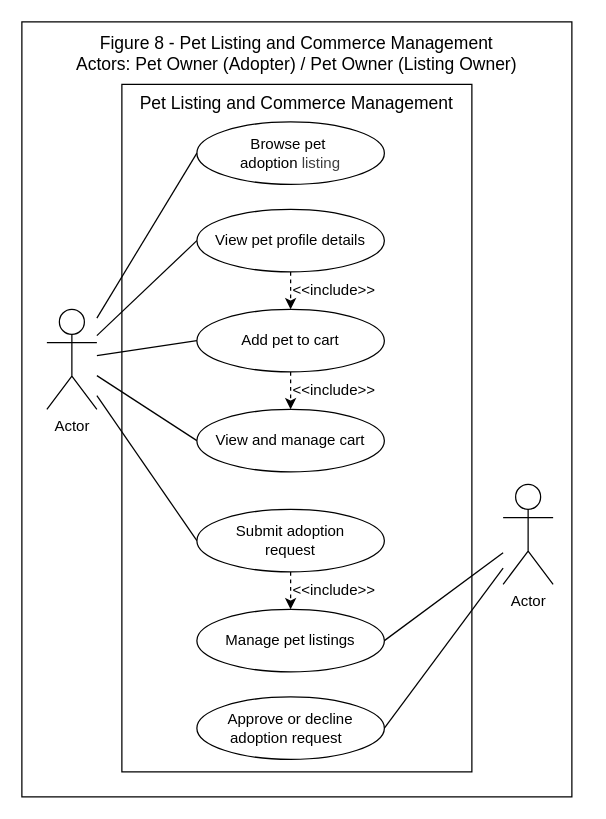
The draw.io diagram page "Fig-8" (8 of 10) of USE-CASE_Diagram_Franco.drawio in Chels013/Breedr-Diagrams, before the edit. Source tidied: cells renumbered, new cells numbered last; positions are measured from the earlier drawing's top-left corner, leaving out a move shared by most shapes. Both pictures are drawn from the tidied source at 125%, with x=0, y=0 at pixel (21, 21).
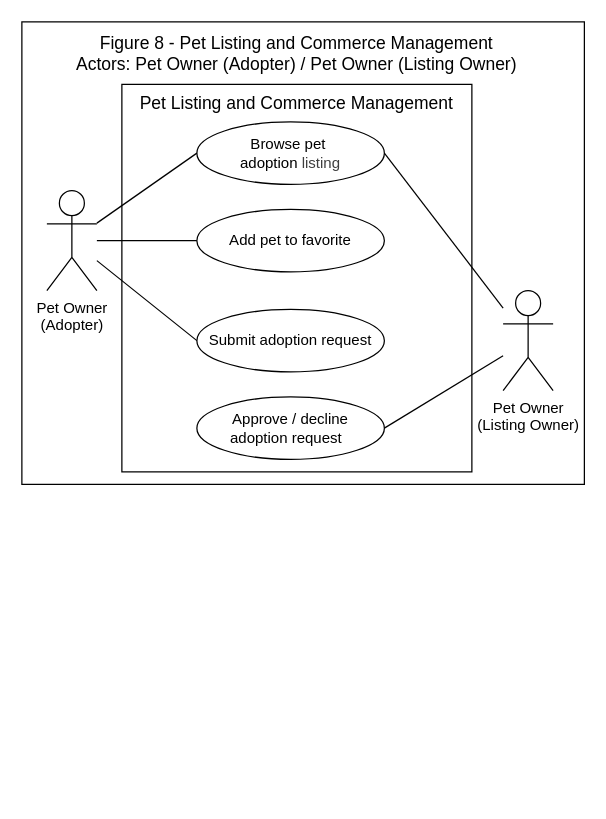
The same page after the edit.

Commit message:
i revised the figure 8, Pet Listing and Commerce Management

The change refers to these unchanged cells:
```xml
<mxCell id="8" value="Browse pet&amp;nbsp;&lt;div&gt;adoption&amp;nbsp;&lt;span style=&quot;color: rgb(63, 63, 63); background-color: transparent;&quot;&gt;listing&lt;/span&gt;&lt;/div&gt;" style="ellipse;whiteSpace=wrap;html=1;" parent="1" vertex="1">
  <mxGeometry x="140" y="80" width="150" height="50" as="geometry" />
</mxCell>
```

Diff of the diagram source:
```diff
@@
     <mxCell id="2" style="rounded=0;whiteSpace=wrap;html=1;" parent="1" vertex="1">
-      <mxGeometry width="440" height="620" as="geometry" />
+      <mxGeometry width="450" height="370" as="geometry" />
     </mxCell>
     <mxCell id="3" style="rounded=0;whiteSpace=wrap;html=1;" parent="1" vertex="1">
-      <mxGeometry x="80" y="50" width="280" height="550" as="geometry" />
+      <mxGeometry x="80" y="50" width="280" height="310" as="geometry" />
     </mxCell>
-    <mxCell id="4" value="Actor" style="shape=umlActor;verticalLabelPosition=bottom;verticalAlign=top;html=1;outlineConnect=0;" parent="1" vertex="1">
-      <mxGeometry x="20" y="230" width="40" height="80" as="geometry" />
+    <mxCell id="4" value="Pet Owner&lt;div&gt;(Adopter)&lt;/div&gt;" style="shape=umlActor;verticalLabelPosition=bottom;verticalAlign=top;html=1;outlineConnect=0;" parent="1" vertex="1">
+      <mxGeometry x="20" y="135" width="40" height="80" as="geometry" />
     </mxCell>
-    <mxCell id="5" value="Actor" style="shape=umlActor;verticalLabelPosition=bottom;verticalAlign=top;html=1;outlineConnect=0;" parent="1" vertex="1">
-      <mxGeometry x="385" y="370" width="40" height="80" as="geometry" />
+    <mxCell id="5" value="Pet Owner&lt;div&gt;(Listing Owner)&lt;/div&gt;" style="shape=umlActor;verticalLabelPosition=bottom;verticalAlign=top;html=1;outlineConnect=0;" parent="1" vertex="1">
+      <mxGeometry x="385" y="215" width="40" height="80" as="geometry" />
     </mxCell>
@@
-    <mxCell id="9" value="View pet profile details" style="ellipse;whiteSpace=wrap;html=1;" parent="1" vertex="1">
+    <mxCell id="9" value="Add pet to favorite" style="ellipse;whiteSpace=wrap;html=1;" parent="1" vertex="1">
       <mxGeometry x="140" y="150" width="150" height="50" as="geometry" />
     </mxCell>
-    <mxCell id="10" value="Add pet to cart" style="ellipse;whiteSpace=wrap;html=1;" parent="1" vertex="1">
+    <mxCell id="10" value="Submit adoption request" style="ellipse;whiteSpace=wrap;html=1;" parent="1" vertex="1">
       <mxGeometry x="140" y="230" width="150" height="50" as="geometry" />
     </mxCell>
-    <mxCell id="11" value="View and manage cart" style="ellipse;whiteSpace=wrap;html=1;" parent="1" vertex="1">
-      <mxGeometry x="140" y="310" width="150" height="50" as="geometry" />
-    </mxCell>
-    <mxCell id="12" value="Submit adoption&lt;div&gt;request&lt;/div&gt;" style="ellipse;whiteSpace=wrap;html=1;" parent="1" vertex="1">
-      <mxGeometry x="140" y="390" width="150" height="50" as="geometry" />
-    </mxCell>
-    <mxCell id="13" value="Manage pet listings" style="ellipse;whiteSpace=wrap;html=1;" parent="1" vertex="1">
-      <mxGeometry x="140" y="470" width="150" height="50" as="geometry" />
-    </mxCell>
-    <mxCell id="14" style="html=1;labelBackgroundColor=#ffffff;startArrow=none;startFill=0;startSize=6;endArrow=classic;endFill=1;endSize=6;jettySize=auto;strokeWidth=1;dashed=1;fontSize=14;entryX=0.5;entryY=0;entryDx=0;entryDy=0;exitX=0.5;exitY=1;exitDx=0;exitDy=0;" parent="1" edge="1" source="9" target="10">
-      <mxGeometry relative="1" as="geometry" />
-    </mxCell>
-    <mxCell id="15" style="html=1;labelBackgroundColor=#ffffff;startArrow=none;startFill=0;startSize=6;endArrow=classic;endFill=1;endSize=6;jettySize=auto;strokeWidth=1;dashed=1;fontSize=14;entryX=0.5;entryY=0;entryDx=0;entryDy=0;exitX=0.5;exitY=1;exitDx=0;exitDy=0;" parent="1" edge="1" source="12" target="13">
-      <mxGeometry relative="1" as="geometry" />
-    </mxCell>
-    <mxCell id="16" value="&amp;lt;&amp;lt;include&amp;gt;&amp;gt;" style="text;html=1;align=center;verticalAlign=middle;whiteSpace=wrap;rounded=0;" parent="1" vertex="1">
-      <mxGeometry x="220" y="440" width="60" height="30" as="geometry" />
-    </mxCell>
-    <mxCell id="17" value="&amp;lt;&amp;lt;include&amp;gt;&amp;gt;" style="text;html=1;align=center;verticalAlign=middle;whiteSpace=wrap;rounded=0;" parent="1" vertex="1">
-      <mxGeometry x="220" y="200" width="60" height="30" as="geometry" />
-    </mxCell>
@@
-    <mxCell id="21" style="endArrow=none;html=1;entryX=0;entryY=0.5;entryDx=0;entryDy=0;" parent="1" edge="1" source="4" target="12">
-      <mxGeometry relative="1" as="geometry" />
-    </mxCell>
-    <mxCell id="22" style="endArrow=none;html=1;exitX=1;exitY=0.5;exitDx=0;exitDy=0;" parent="1" edge="1" source="13" target="5">
+    <mxCell id="22" style="endArrow=none;html=1;exitX=1;exitY=0.5;exitDx=0;exitDy=0;" parent="1" edge="1" source="8" target="5">
       <mxGeometry relative="1" as="geometry" />
     </mxCell>
@@
-    <mxCell id="24" value="Approve or decline&lt;div&gt;adoption request&amp;nbsp;&amp;nbsp;&lt;/div&gt;" style="ellipse;whiteSpace=wrap;html=1;" parent="1" vertex="1">
-      <mxGeometry x="140" y="540" width="150" height="50" as="geometry" />
+    <mxCell id="24" value="Approve / decline&lt;div&gt;adoption request&amp;nbsp;&amp;nbsp;&lt;/div&gt;" style="ellipse;whiteSpace=wrap;html=1;" parent="1" vertex="1">
+      <mxGeometry x="140" y="300" width="150" height="50" as="geometry" />
     </mxCell>
-    <mxCell id="25" value="&amp;lt;&amp;lt;include&amp;gt;&amp;gt;" style="text;html=1;align=center;verticalAlign=middle;whiteSpace=wrap;rounded=0;" parent="1" vertex="1">
-      <mxGeometry x="220" y="280" width="60" height="30" as="geometry" />
-    </mxCell>
-    <mxCell id="26" style="html=1;labelBackgroundColor=#ffffff;startArrow=none;startFill=0;startSize=6;endArrow=classic;endFill=1;endSize=6;jettySize=auto;strokeWidth=1;dashed=1;fontSize=14;entryX=0.5;entryY=0;entryDx=0;entryDy=0;exitX=0.5;exitY=1;exitDx=0;exitDy=0;" parent="1" edge="1" source="10" target="11">
-      <mxGeometry relative="1" as="geometry" />
-    </mxCell>
-    <mxCell id="27" style="endArrow=none;html=1;entryX=0;entryY=0.5;entryDx=0;entryDy=0;" parent="1" edge="1" source="4" target="11">
-      <mxGeometry relative="1" as="geometry" />
-    </mxCell>
```
